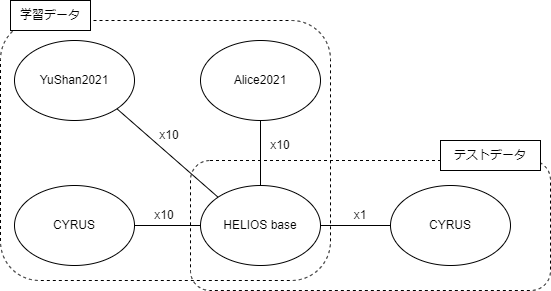
The draw.io diagram 4/create_data.png in SuperTikuwa/thesis-images, before a commit. Source tidied: cells renumbered, new cells last; positions are measured from the earlier drawing's top-left corner, leaving out a move shared by most shapes. The source it was exported from:
```xml
<mxGraphModel>
  <root>
    <mxCell id="0" />
    <mxCell id="1" parent="0" />
    <mxCell id="2" style="rounded=1;whiteSpace=wrap;html=1;fillColor=none;dashed=1;fontSize=12;" parent="1" vertex="1">
      <mxGeometry y="20" width="330" height="260" as="geometry" />
    </mxCell>
    <mxCell id="3" style="rounded=1;whiteSpace=wrap;html=1;fillColor=none;dashed=1;fontSize=12;" parent="1" vertex="1">
      <mxGeometry x="190" y="160" width="360" height="130" as="geometry" />
    </mxCell>
    <mxCell id="4" value="YuShan2021" style="ellipse;whiteSpace=wrap;html=1;fillColor=default;fontSize=12;" parent="1" vertex="1">
      <mxGeometry x="14" y="40" width="120" height="80" as="geometry" />
    </mxCell>
    <mxCell id="5" value="Alice2021" style="ellipse;whiteSpace=wrap;html=1;fillColor=default;fontSize=12;" parent="1" vertex="1">
      <mxGeometry x="200" y="40" width="120" height="80" as="geometry" />
    </mxCell>
    <mxCell id="6" value="HELIOS base" style="ellipse;whiteSpace=wrap;html=1;fillColor=default;fontSize=12;" parent="1" vertex="1">
      <mxGeometry x="200" y="185" width="120" height="80" as="geometry" />
    </mxCell>
    <mxCell id="7" value="CYRUS" style="ellipse;whiteSpace=wrap;html=1;fillColor=default;fontSize=12;" parent="1" vertex="1">
      <mxGeometry x="14" y="185" width="120" height="80" as="geometry" />
    </mxCell>
    <mxCell id="8" style="endArrow=none;html=1;rounded=0;exitX=0.5;exitY=0;exitDx=0;exitDy=0;entryX=0.5;entryY=1;entryDx=0;entryDy=0;fontSize=12;" parent="1" edge="1" source="6" target="5">
      <mxGeometry relative="1" as="geometry" />
    </mxCell>
    <mxCell id="9" style="endArrow=none;html=1;rounded=0;exitX=0;exitY=0;exitDx=0;exitDy=0;entryX=1;entryY=1;entryDx=0;entryDy=0;fontSize=12;" parent="1" edge="1" source="6" target="4">
      <mxGeometry relative="1" as="geometry" />
    </mxCell>
    <mxCell id="10" style="endArrow=none;html=1;rounded=0;exitX=0;exitY=0.5;exitDx=0;exitDy=0;entryX=1;entryY=0.5;entryDx=0;entryDy=0;fontSize=12;" parent="1" edge="1" source="6" target="7">
      <mxGeometry relative="1" as="geometry" />
    </mxCell>
    <mxCell id="11" value="CYRUS" style="ellipse;whiteSpace=wrap;html=1;fillColor=default;fontSize=12;" parent="1" vertex="1">
      <mxGeometry x="390" y="185" width="120" height="80" as="geometry" />
    </mxCell>
    <mxCell id="12" style="endArrow=none;html=1;rounded=0;exitX=0;exitY=0.5;exitDx=0;exitDy=0;entryX=1;entryY=0.5;entryDx=0;entryDy=0;fontSize=12;" parent="1" edge="1" source="11" target="6">
      <mxGeometry relative="1" as="geometry" />
    </mxCell>
    <mxCell id="13" value="学習データ" style="text;html=1;strokeColor=default;fillColor=default;align=center;verticalAlign=middle;whiteSpace=wrap;rounded=0;fontSize=12;" parent="1" vertex="1">
      <mxGeometry x="10" width="80" height="30" as="geometry" />
    </mxCell>
    <mxCell id="14" value="テストデータ" style="text;html=1;strokeColor=default;fillColor=default;align=center;verticalAlign=middle;whiteSpace=wrap;rounded=0;fontSize=12;" parent="1" vertex="1">
      <mxGeometry x="440" y="140" width="100" height="30" as="geometry" />
    </mxCell>
    <mxCell id="15" value="x10" style="text;html=1;strokeColor=none;fillColor=none;align=center;verticalAlign=middle;whiteSpace=wrap;rounded=0;fontSize=12;" parent="1" vertex="1">
      <mxGeometry x="250" y="130" width="60" height="30" as="geometry" />
    </mxCell>
    <mxCell id="16" value="x10" style="text;html=1;strokeColor=none;fillColor=none;align=center;verticalAlign=middle;whiteSpace=wrap;rounded=0;fontSize=12;" parent="1" vertex="1">
      <mxGeometry x="144" y="120" width="50" height="30" as="geometry" />
    </mxCell>
    <mxCell id="17" value="x10" style="text;html=1;strokeColor=none;fillColor=none;align=center;verticalAlign=middle;whiteSpace=wrap;rounded=0;fontSize=12;" parent="1" vertex="1">
      <mxGeometry x="134" y="200" width="60" height="30" as="geometry" />
    </mxCell>
    <mxCell id="18" value="x1" style="text;html=1;strokeColor=none;fillColor=none;align=center;verticalAlign=middle;whiteSpace=wrap;rounded=0;fontSize=12;" parent="1" vertex="1">
      <mxGeometry x="330" y="200" width="60" height="30" as="geometry" />
    </mxCell>
  </root>
</mxGraphModel>
```
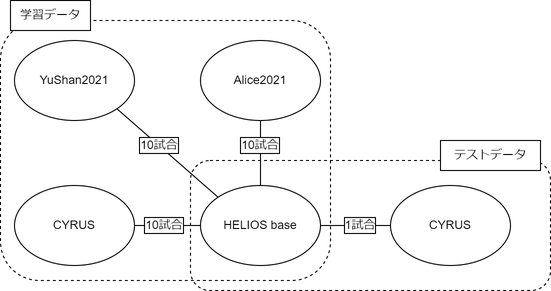
The same diagram one commit later.

Commit message:
create_data.png を追加しました。

Change to the diagram source:
```diff
@@ -41,17 +41,17 @@
     <mxCell id="14" value="テストデータ" style="text;html=1;strokeColor=default;fillColor=default;align=center;verticalAlign=middle;whiteSpace=wrap;rounded=0;fontSize=12;" parent="1" vertex="1">
       <mxGeometry x="440" y="140" width="100" height="30" as="geometry" />
     </mxCell>
-    <mxCell id="15" value="x10" style="text;html=1;strokeColor=none;fillColor=none;align=center;verticalAlign=middle;whiteSpace=wrap;rounded=0;fontSize=12;" parent="1" vertex="1">
-      <mxGeometry x="250" y="130" width="60" height="30" as="geometry" />
+    <mxCell id="15" value="10試合" style="text;html=1;strokeColor=none;fillColor=none;align=center;verticalAlign=middle;whiteSpace=wrap;rounded=0;fontSize=12;labelBackgroundColor=default;labelBorderColor=default;" parent="1" vertex="1">
+      <mxGeometry x="230" y="130" width="60" height="30" as="geometry" />
     </mxCell>
-    <mxCell id="16" value="x10" style="text;html=1;strokeColor=none;fillColor=none;align=center;verticalAlign=middle;whiteSpace=wrap;rounded=0;fontSize=12;" parent="1" vertex="1">
-      <mxGeometry x="144" y="120" width="50" height="30" as="geometry" />
+    <mxCell id="16" value="10試合" style="text;html=1;strokeColor=none;fillColor=none;align=center;verticalAlign=middle;whiteSpace=wrap;rounded=0;fontSize=12;labelBackgroundColor=default;labelBorderColor=default;" parent="1" vertex="1">
+      <mxGeometry x="134" y="130" width="50" height="30" as="geometry" />
     </mxCell>
-    <mxCell id="17" value="x10" style="text;html=1;strokeColor=none;fillColor=none;align=center;verticalAlign=middle;whiteSpace=wrap;rounded=0;fontSize=12;" parent="1" vertex="1">
-      <mxGeometry x="134" y="200" width="60" height="30" as="geometry" />
+    <mxCell id="17" value="10試合" style="text;html=1;strokeColor=none;fillColor=none;align=center;verticalAlign=middle;whiteSpace=wrap;rounded=0;fontSize=12;labelBackgroundColor=default;labelBorderColor=default;" parent="1" vertex="1">
+      <mxGeometry x="134" y="210" width="60" height="30" as="geometry" />
     </mxCell>
-    <mxCell id="18" value="x1" style="text;html=1;strokeColor=none;fillColor=none;align=center;verticalAlign=middle;whiteSpace=wrap;rounded=0;fontSize=12;" parent="1" vertex="1">
-      <mxGeometry x="330" y="200" width="60" height="30" as="geometry" />
+    <mxCell id="18" value="1試合" style="text;html=1;strokeColor=none;fillColor=none;align=center;verticalAlign=middle;whiteSpace=wrap;rounded=0;fontSize=12;labelBackgroundColor=default;labelBorderColor=default;" parent="1" vertex="1">
+      <mxGeometry x="330" y="210" width="60" height="30" as="geometry" />
     </mxCell>
   </root>
 </mxGraphModel>
```
